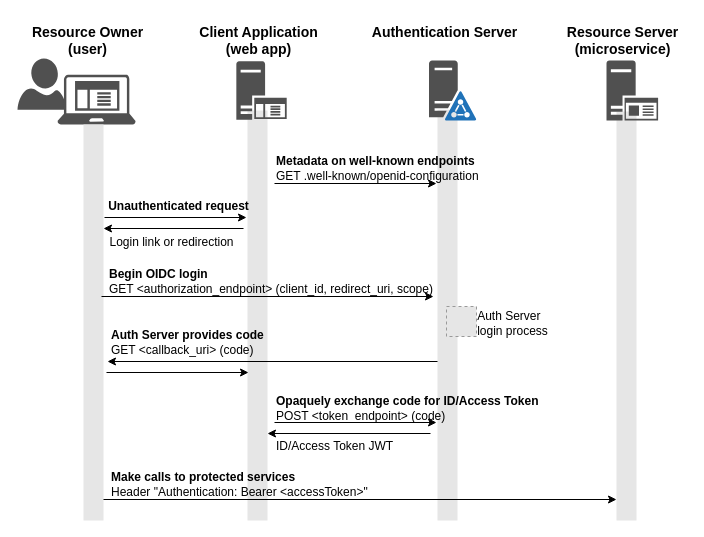
The draw.io diagram diagrams/oauth2-oidc-entities.drawio in fabianlee/oauth2-client-app-golang, before the edit. Source tidied: cells renumbered, new cells numbered last; positions are measured from the earlier drawing's top-left corner, leaving out a move shared by most shapes. Both pictures are drawn from the tidied source at 100%, with x=0, y=0 at pixel (17, 17). Pictures stored in the file or linked from it are replaced by grey dashed boxes.
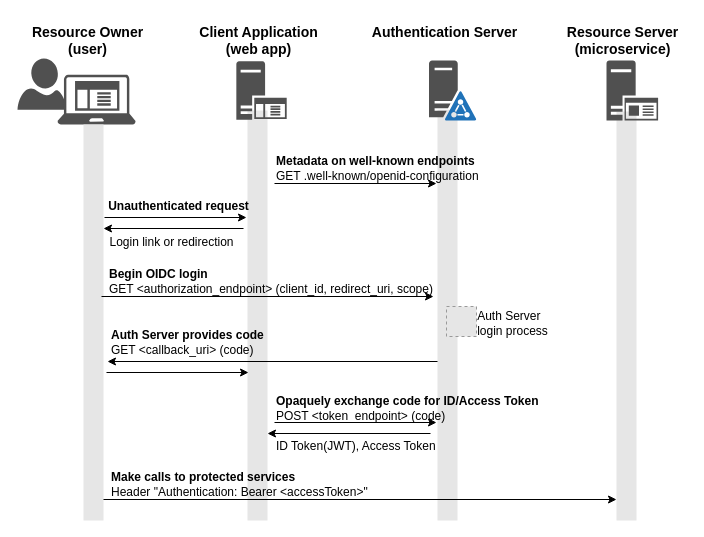
Above is the later version.

Change to the diagram source:
```diff
@@
-    <mxCell id="27" value="ID/Access Token JWT" style="text;html=1;align=left;verticalAlign=middle;fillColor=none;strokeColor=none;rounded=0;" parent="1" vertex="1">
-      <mxGeometry x="256.5" y="414" width="140" height="30" as="geometry" />
+    <mxCell id="27" value="ID Token(JWT), Access Token" style="text;html=1;align=left;verticalAlign=middle;fillColor=none;strokeColor=none;rounded=0;" parent="1" vertex="1">
+      <mxGeometry x="256.5" y="414" width="180" height="30" as="geometry" />
     </mxCell>
```
